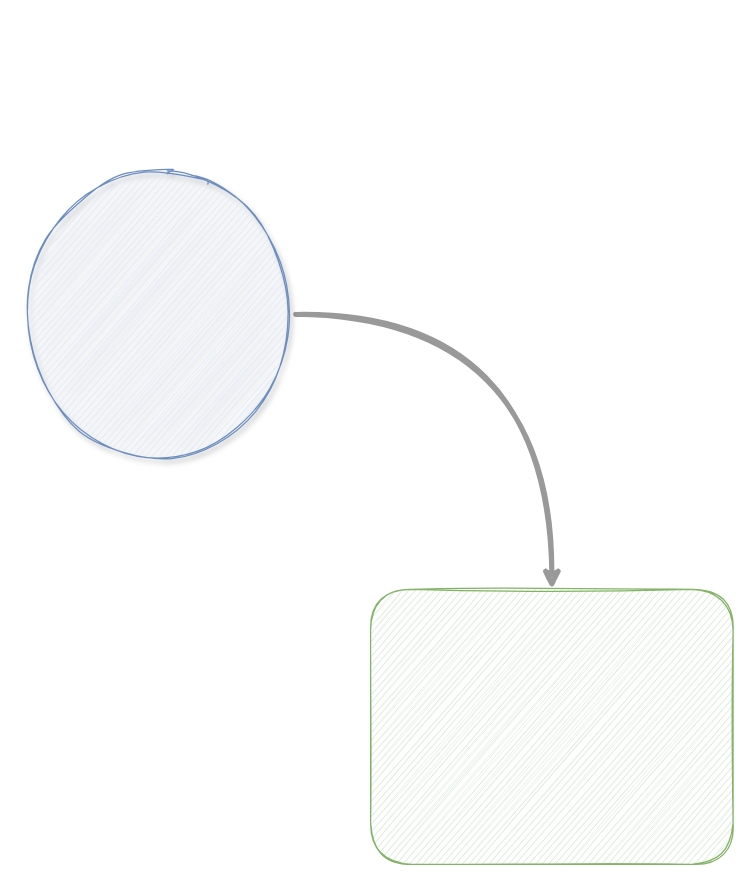
This is Untitled Diagram.drawio from dartmouth-cs52/graphs, a draw.io file, before an edit. Source tidied: cells renumbered, new cells numbered last; positions are measured from the earlier drawing's top-left corner, leaving out a move shared by most shapes. Both pictures are drawn from the tidied source at 125%, with x=0, y=0 at pixel (20, 176).
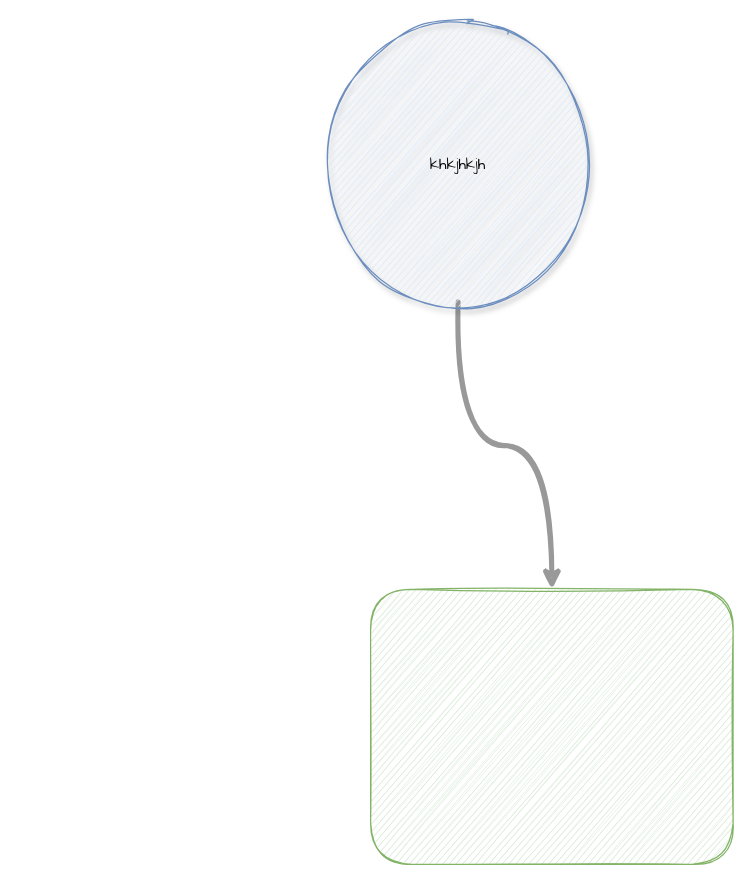
Above is the later version.

What changed in the source:
```diff
@@
 <mxGraphModel>
   <root>
     <mxCell id="0" />
     <mxCell id="1" parent="0" />
     <mxCell id="2" style="edgeStyle=orthogonalEdgeStyle;rounded=1;jettySize=auto;html=1;strokeColor=#999999;strokeWidth=4;sketch=1;curved=1;" parent="1" edge="1" source="3" target="4">
       <mxGeometry relative="1" as="geometry" />
     </mxCell>
-    <mxCell id="3" style="ellipse;whiteSpace=wrap;html=1;fillColor=#dae8fc;strokeColor=#6c8ebf;shadow=1;sketch=1;rounded=1;" parent="1" vertex="1">
-      <mxGeometry width="220" height="220" as="geometry" />
+    <mxCell id="3" value="&lt;font face=&quot;Comic Sans MS&quot;&gt;khkjhkjh&lt;/font&gt;" style="ellipse;whiteSpace=wrap;html=1;fillColor=#dae8fc;strokeColor=#6c8ebf;shadow=1;sketch=1;rounded=1;" parent="1" vertex="1">
+      <mxGeometry x="240" y="-120" width="220" height="220" as="geometry" />
     </mxCell>
     <mxCell id="4" style="rounded=1;whiteSpace=wrap;html=1;sketch=1;fillColor=#d5e8d4;strokeColor=#82b366;" parent="1" vertex="1">
       <mxGeometry x="280" y="330" width="290" height="220" as="geometry" />
     </mxCell>
   </root>
 </mxGraphModel>
```
